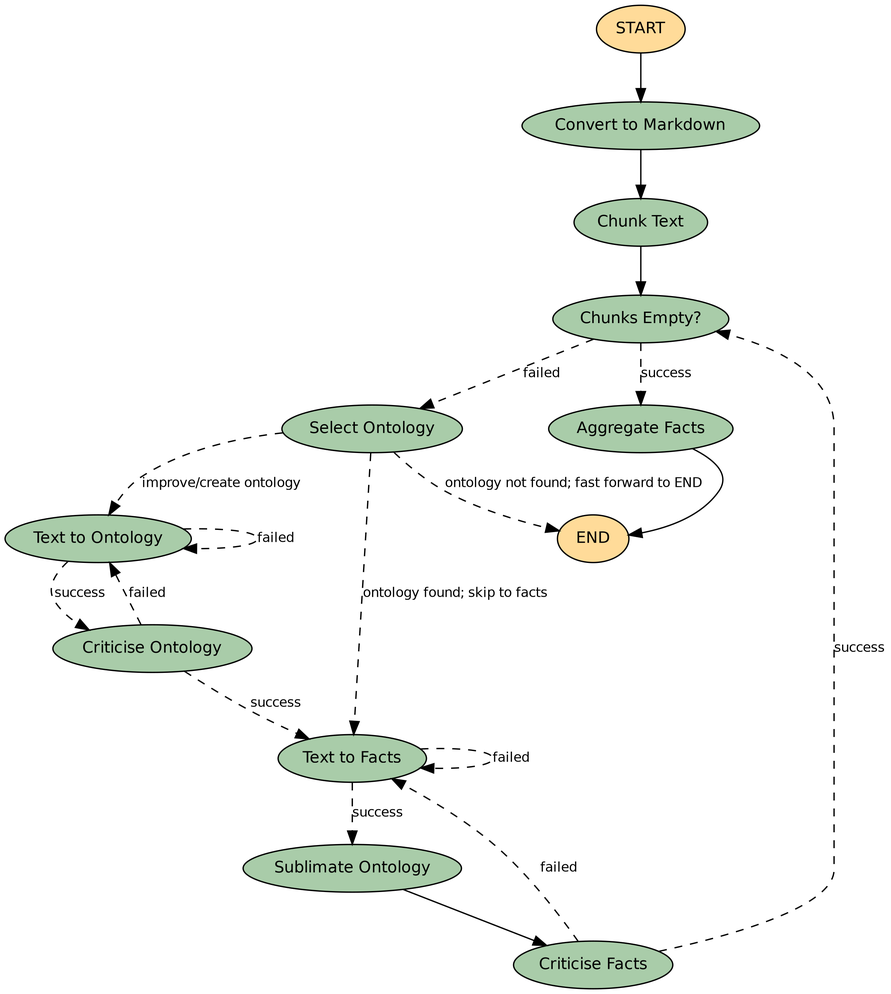
Before: docs/assets/graph.png, a diagram exported from Mermaid (hygrosth/ontocast). Its source is kept beside it as graph.mmd.
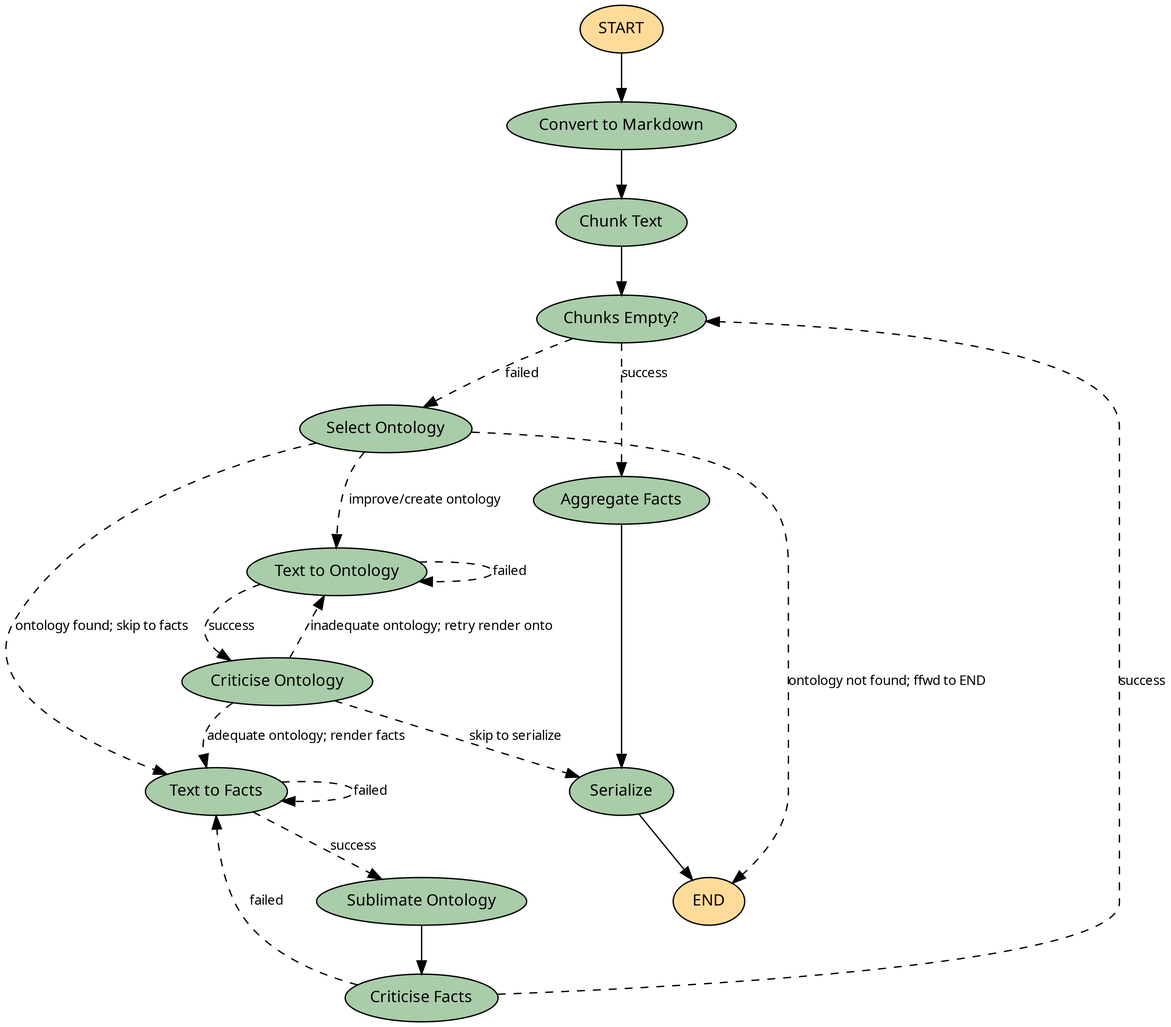
After the change.

What changed in the source:
```diff
@@ -16,35 +16,38 @@
 ---
 graph TD;
 	__start__([<p>__start__</p>]):::first
-	Convert_to_Markdown(Convert to Markdown)
-	Chunk_Text(Chunk Text)
-	Select_Ontology(Select Ontology)
-	Text_to_Ontology(Text to Ontology)
-	Text_to_Facts(Text to Facts)
-	Sublimate_Ontology(Sublimate Ontology)
-	Criticise_Ontology(Criticise Ontology)
-	Criticise_Facts(Criticise Facts)
-	Chunks_Empty_(Chunks Empty?)
-	Aggregate_Facts(Aggregate Facts)
+	Convert\20to\20Markdown(Convert to Markdown)
+	Chunk\20Text(Chunk Text)
+	Select\20Ontology(Select Ontology)
+	Text\20to\20Ontology(Text to Ontology)
+	Text\20to\20Facts(Text to Facts)
+	Sublimate\20Ontology(Sublimate Ontology)
+	Criticise\20Ontology(Criticise Ontology)
+	Criticise\20Facts(Criticise Facts)
+	Chunks\20Empty\3f(Chunks Empty?)
+	Aggregate\20Facts(Aggregate Facts)
+	Serialize(Serialize)
 	__end__([<p>__end__</p>]):::last
-	Aggregate_Facts --> __end__;
-	Chunk_Text --> Chunks_Empty_;
-	Convert_to_Markdown --> Chunk_Text;
-	Sublimate_Ontology --> Criticise_Facts;
-	__start__ --> Convert_to_Markdown;
-	Chunks_Empty_ -. &nbsp;success&nbsp; .-> Aggregate_Facts;
-	Chunks_Empty_ -. &nbsp;failed&nbsp; .-> Select_Ontology;
-	Select_Ontology -. &nbsp;ontology not found; fast forward to END&nbsp; .-> __end__;
-	Select_Ontology -. &nbsp;improve/create ontology&nbsp; .-> Text_to_Ontology;
-	Select_Ontology -. &nbsp;ontology found; skip to facts&nbsp; .-> Text_to_Facts;
-	Text_to_Ontology -. &nbsp;success&nbsp; .-> Criticise_Ontology;
-	Criticise_Ontology -. &nbsp;success&nbsp; .-> Text_to_Facts;
-	Criticise_Ontology -. &nbsp;failed&nbsp; .-> Text_to_Ontology;
-	Text_to_Facts -. &nbsp;success&nbsp; .-> Sublimate_Ontology;
-	Criticise_Facts -. &nbsp;success&nbsp; .-> Chunks_Empty_;
-	Criticise_Facts -. &nbsp;failed&nbsp; .-> Text_to_Facts;
-	Text_to_Ontology -. &nbsp;failed&nbsp; .-> Text_to_Ontology;
-	Text_to_Facts -. &nbsp;failed&nbsp; .-> Text_to_Facts;
+	Aggregate\20Facts --> Serialize;
+	Chunk\20Text --> Chunks\20Empty\3f;
+	Chunks\20Empty\3f -. &nbsp;success&nbsp; .-> Aggregate\20Facts;
+	Chunks\20Empty\3f -. &nbsp;failed&nbsp; .-> Select\20Ontology;
+	Convert\20to\20Markdown --> Chunk\20Text;
+	Criticise\20Facts -. &nbsp;success&nbsp; .-> Chunks\20Empty\3f;
+	Criticise\20Facts -. &nbsp;failed&nbsp; .-> Text\20to\20Facts;
+	Criticise\20Ontology -. &nbsp;skip to serialize&nbsp; .-> Serialize;
+	Criticise\20Ontology -. &nbsp;adequate ontology; render facts&nbsp; .-> Text\20to\20Facts;
+	Criticise\20Ontology -. &nbsp;inadequate ontology; retry render onto&nbsp; .-> Text\20to\20Ontology;
+	Select\20Ontology -. &nbsp;ontology found; skip to facts&nbsp; .-> Text\20to\20Facts;
+	Select\20Ontology -. &nbsp;improve/create ontology&nbsp; .-> Text\20to\20Ontology;
+	Select\20Ontology -. &nbsp;ontology not found; ffwd to END&nbsp; .-> __end__;
+	Sublimate\20Ontology --> Criticise\20Facts;
+	Text\20to\20Facts -. &nbsp;success&nbsp; .-> Sublimate\20Ontology;
+	Text\20to\20Ontology -. &nbsp;success&nbsp; .-> Criticise\20Ontology;
+	__start__ --> Convert\20to\20Markdown;
+	Serialize --> __end__;
+	Text\20to\20Facts -. &nbsp;failed&nbsp; .-> Text\20to\20Facts;
+	Text\20to\20Ontology -. &nbsp;failed&nbsp; .-> Text\20to\20Ontology;
 	classDef default fill:#f2f0ff,line-height:1.2
 	classDef first fill-opacity:0
 	classDef last fill:#bfb6fc
```
